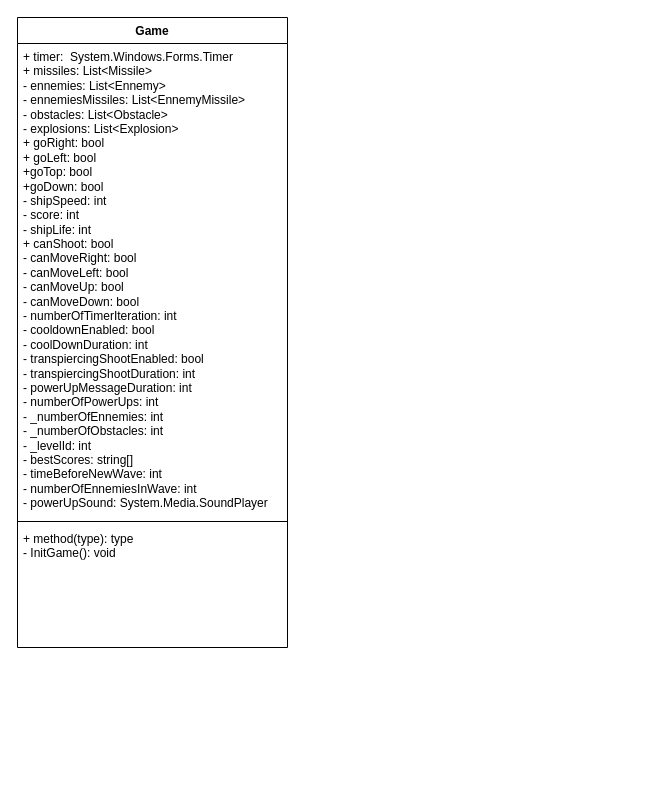
Before: POO/UML-shootmeupdrawio.drawio in po77qxd/bastien-shoot-me-up, a draw.io diagram. Source tidied: cells renumbered, new cells numbered last; positions are measured from the earlier drawing's top-left corner, leaving out a move shared by most shapes. Both pictures are drawn from the tidied source at 100%, with x=0, y=0 at pixel (17, 17).
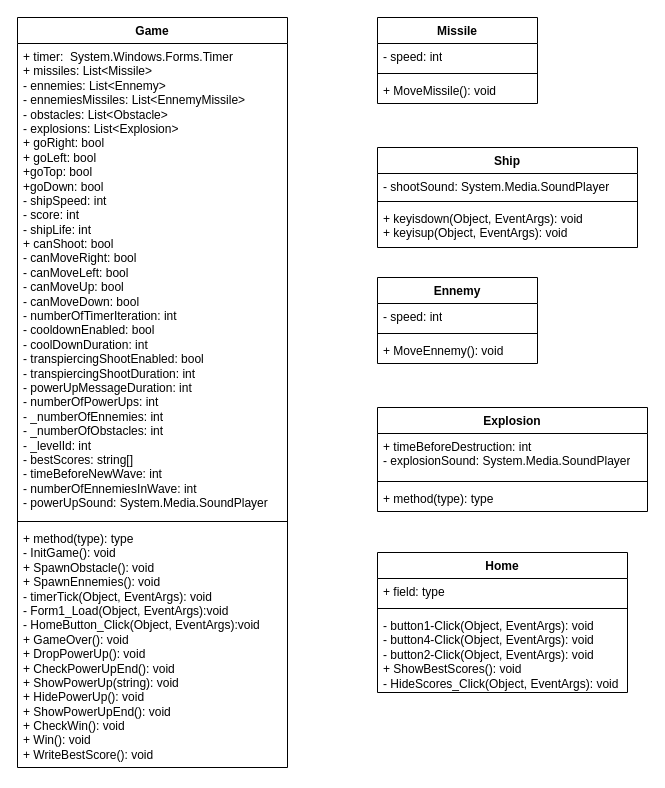
The same page after the edit.

Diff of the diagram source:
```diff
@@
-    <mxCell id="2" value="Game" style="swimlane;fontStyle=1;align=center;verticalAlign=top;horizontal=1;startSize=26;whiteSpace=wrap;html=1;" parent="1" vertex="1">
-      <mxGeometry width="270" height="630" as="geometry" />
+    <mxCell id="2" value="Game" style="swimlane;fontStyle=1;align=center;verticalAlign=top;horizontal=1;startSize=26;whiteSpace=wrap;html=1;rounded=0;" parent="1" vertex="1">
+      <mxGeometry width="270" height="750" as="geometry" />
     </mxCell>
-    <mxCell id="3" value="+ timer:&amp;nbsp;&amp;nbsp;System.Windows.Forms.Timer&lt;div&gt;+ missiles: List&amp;lt;Missile&amp;gt;&lt;/div&gt;&lt;div&gt;- ennemies: List&amp;lt;Ennemy&amp;gt;&lt;/div&gt;&lt;div&gt;- ennemiesMissiles: List&amp;lt;EnnemyMissile&amp;gt;&lt;/div&gt;&lt;div&gt;- obstacles: List&amp;lt;Obstacle&amp;gt;&lt;/div&gt;&lt;div&gt;- explosions: List&amp;lt;Explosion&amp;gt;&lt;/div&gt;&lt;div&gt;+ goRight: bool&lt;/div&gt;&lt;div&gt;+ goLeft: bool&lt;/div&gt;&lt;div&gt;+goTop: bool&lt;/div&gt;&lt;div&gt;+goDown: bool&lt;/div&gt;&lt;div&gt;- shipSpeed: int&lt;/div&gt;&lt;div&gt;- score: int&lt;/div&gt;&lt;div&gt;- shipLife: int&lt;/div&gt;&lt;div&gt;+ canShoot: bool&lt;/div&gt;&lt;div&gt;- canMoveRight: bool&lt;/div&gt;&lt;div&gt;- canMoveLeft: bool&lt;/div&gt;&lt;div&gt;- canMoveUp: bool&lt;/div&gt;&lt;div&gt;- canMoveDown: bool&lt;/div&gt;&lt;div&gt;- numberOfTimerIteration: int&lt;/div&gt;&lt;div&gt;- cooldownEnabled: bool&lt;/div&gt;&lt;div&gt;- coolDownDuration: int&lt;/div&gt;&lt;div&gt;- transpiercingShootEnabled: bool&lt;/div&gt;&lt;div&gt;- transpiercingShootDuration: int&lt;/div&gt;&lt;div&gt;- powerUpMessageDuration: int&lt;/div&gt;&lt;div&gt;- numberOfPowerUps: int&lt;/div&gt;&lt;div&gt;- _numberOfEnnemies: int&lt;/div&gt;&lt;div&gt;- _numberOfObstacles: int&lt;/div&gt;&lt;div&gt;- _levelId: int&lt;/div&gt;&lt;div&gt;- bestScores: string[]&lt;/div&gt;&lt;div&gt;- timeBeforeNewWave: int&lt;/div&gt;&lt;div&gt;- numberOfEnnemiesInWave: int&lt;/div&gt;&lt;div&gt;- powerUpSound:&amp;nbsp;System.Media.SoundPlayer&lt;/div&gt;" style="text;strokeColor=none;fillColor=none;align=left;verticalAlign=top;spacingLeft=4;spacingRight=4;overflow=hidden;whiteSpace=wrap;html=1;" parent="2" vertex="1">
+    <mxCell id="3" value="+ timer:&amp;nbsp;&amp;nbsp;System.Windows.Forms.Timer&lt;div&gt;+ missiles: List&amp;lt;Missile&amp;gt;&lt;/div&gt;&lt;div&gt;- ennemies: List&amp;lt;Ennemy&amp;gt;&lt;/div&gt;&lt;div&gt;- ennemiesMissiles: List&amp;lt;EnnemyMissile&amp;gt;&lt;/div&gt;&lt;div&gt;- obstacles: List&amp;lt;Obstacle&amp;gt;&lt;/div&gt;&lt;div&gt;- explosions: List&amp;lt;Explosion&amp;gt;&lt;/div&gt;&lt;div&gt;+ goRight: bool&lt;/div&gt;&lt;div&gt;+ goLeft: bool&lt;/div&gt;&lt;div&gt;+goTop: bool&lt;/div&gt;&lt;div&gt;+goDown: bool&lt;/div&gt;&lt;div&gt;- shipSpeed: int&lt;/div&gt;&lt;div&gt;- score: int&lt;/div&gt;&lt;div&gt;- shipLife: int&lt;/div&gt;&lt;div&gt;+ canShoot: bool&lt;/div&gt;&lt;div&gt;- canMoveRight: bool&lt;/div&gt;&lt;div&gt;- canMoveLeft: bool&lt;/div&gt;&lt;div&gt;- canMoveUp: bool&lt;/div&gt;&lt;div&gt;- canMoveDown: bool&lt;/div&gt;&lt;div&gt;- numberOfTimerIteration: int&lt;/div&gt;&lt;div&gt;- cooldownEnabled: bool&lt;/div&gt;&lt;div&gt;- coolDownDuration: int&lt;/div&gt;&lt;div&gt;- transpiercingShootEnabled: bool&lt;/div&gt;&lt;div&gt;- transpiercingShootDuration: int&lt;/div&gt;&lt;div&gt;- powerUpMessageDuration: int&lt;/div&gt;&lt;div&gt;- numberOfPowerUps: int&lt;/div&gt;&lt;div&gt;- _numberOfEnnemies: int&lt;/div&gt;&lt;div&gt;- _numberOfObstacles: int&lt;/div&gt;&lt;div&gt;- _levelId: int&lt;/div&gt;&lt;div&gt;- bestScores: string[]&lt;/div&gt;&lt;div&gt;- timeBeforeNewWave: int&lt;/div&gt;&lt;div&gt;- numberOfEnnemiesInWave: int&lt;/div&gt;&lt;div&gt;- powerUpSound:&amp;nbsp;System.Media.SoundPlayer&lt;/div&gt;" style="text;strokeColor=none;fillColor=none;align=left;verticalAlign=top;spacingLeft=4;spacingRight=4;overflow=hidden;whiteSpace=wrap;html=1;rounded=0;" parent="2" vertex="1">
       <mxGeometry y="26" width="270" height="474" as="geometry" />
     </mxCell>
-    <mxCell id="4" style="line;strokeWidth=1;fillColor=none;align=left;verticalAlign=middle;spacingTop=-1;spacingLeft=3;spacingRight=3;labelPosition=right;strokeColor=inherit;" parent="2" vertex="1">
+    <mxCell id="4" style="line;strokeWidth=1;fillColor=none;align=left;verticalAlign=middle;spacingTop=-1;spacingLeft=3;spacingRight=3;labelPosition=right;strokeColor=inherit;rounded=0;" parent="2" vertex="1">
       <mxGeometry y="500" width="270" height="8" as="geometry" />
     </mxCell>
-    <mxCell id="5" value="+ method(type): type&lt;div&gt;- InitGame(): void&lt;/div&gt;" style="text;strokeColor=none;fillColor=none;align=left;verticalAlign=top;spacingLeft=4;spacingRight=4;overflow=hidden;whiteSpace=wrap;html=1;" parent="2" vertex="1">
-      <mxGeometry y="508" width="270" height="122" as="geometry" />
+    <mxCell id="5" value="+ method(type): type&lt;div&gt;- InitGame(): void&lt;/div&gt;&lt;div&gt;+ SpawnObstacle(): void&lt;/div&gt;&lt;div&gt;+ SpawnEnnemies(): void&lt;/div&gt;&lt;div&gt;- timerTick(Object, EventArgs): void&lt;/div&gt;&lt;div&gt;- Form1_Load&lt;span style=&quot;background-color: initial;&quot;&gt;(Object, EventArgs):void&lt;/span&gt;&lt;/div&gt;&lt;div&gt;- HomeButton_Click&lt;span style=&quot;background-color: initial;&quot;&gt;(Object, EventArgs):void&lt;/span&gt;&lt;/div&gt;&lt;div&gt;&lt;span style=&quot;background-color: initial;&quot;&gt;+ GameOver(): void&lt;/span&gt;&lt;/div&gt;&lt;div&gt;&lt;span style=&quot;background-color: initial;&quot;&gt;+ DropPowerUp(): void&lt;/span&gt;&lt;/div&gt;&lt;div&gt;&lt;span style=&quot;background-color: initial;&quot;&gt;+ CheckPowerUpEnd(): void&lt;/span&gt;&lt;/div&gt;&lt;div&gt;&lt;span style=&quot;background-color: initial;&quot;&gt;+ ShowPowerUp(string): void&lt;/span&gt;&lt;/div&gt;&lt;div&gt;&lt;span style=&quot;background-color: initial;&quot;&gt;+ HidePowerUp(): void&lt;/span&gt;&lt;/div&gt;&lt;div&gt;&lt;span style=&quot;background-color: initial;&quot;&gt;+ ShowPowerUpEnd(): void&lt;/span&gt;&lt;/div&gt;&lt;div&gt;&lt;span style=&quot;background-color: initial;&quot;&gt;+ CheckWin(): void&lt;/span&gt;&lt;/div&gt;&lt;div&gt;&lt;span style=&quot;background-color: initial;&quot;&gt;+ Win(): void&lt;/span&gt;&lt;/div&gt;&lt;div&gt;&lt;span style=&quot;background-color: initial;&quot;&gt;+ WriteBestScore(): void&lt;/span&gt;&lt;/div&gt;" style="text;strokeColor=none;fillColor=none;align=left;verticalAlign=top;spacingLeft=4;spacingRight=4;overflow=hidden;whiteSpace=wrap;html=1;rounded=0;" parent="2" vertex="1">
+      <mxGeometry y="508" width="270" height="242" as="geometry" />
     </mxCell>
+    <mxCell id="6" value="Missile" style="swimlane;fontStyle=1;align=center;verticalAlign=top;horizontal=1;startSize=26;whiteSpace=wrap;html=1;rounded=0;" parent="1" vertex="1">
+      <mxGeometry x="360" width="160" height="86" as="geometry" />
+    </mxCell>
+    <mxCell id="7" value="- speed: int" style="text;strokeColor=none;fillColor=none;align=left;verticalAlign=top;spacingLeft=4;spacingRight=4;overflow=hidden;whiteSpace=wrap;html=1;rounded=0;" parent="6" vertex="1">
+      <mxGeometry y="26" width="160" height="26" as="geometry" />
+    </mxCell>
+    <mxCell id="8" style="line;strokeWidth=1;fillColor=none;align=left;verticalAlign=middle;spacingTop=-1;spacingLeft=3;spacingRight=3;labelPosition=right;strokeColor=inherit;rounded=0;" parent="6" vertex="1">
+      <mxGeometry y="52" width="160" height="8" as="geometry" />
+    </mxCell>
+    <mxCell id="9" value="+ MoveMissile(): void" style="text;strokeColor=none;fillColor=none;align=left;verticalAlign=top;spacingLeft=4;spacingRight=4;overflow=hidden;whiteSpace=wrap;html=1;rounded=0;" parent="6" vertex="1">
+      <mxGeometry y="60" width="160" height="26" as="geometry" />
+    </mxCell>
+    <mxCell id="10" value="Ship" style="swimlane;fontStyle=1;align=center;verticalAlign=top;horizontal=1;startSize=26;whiteSpace=wrap;html=1;rounded=0;" parent="1" vertex="1">
+      <mxGeometry x="360" y="130" width="260" height="100" as="geometry" />
+    </mxCell>
+    <mxCell id="11" value="- shootSound:&amp;nbsp;System.Media.SoundPlayer" style="text;strokeColor=none;fillColor=none;align=left;verticalAlign=top;spacingLeft=4;spacingRight=4;overflow=hidden;whiteSpace=wrap;html=1;rounded=0;" parent="10" vertex="1">
+      <mxGeometry y="26" width="260" height="24" as="geometry" />
+    </mxCell>
+    <mxCell id="12" style="line;strokeWidth=1;fillColor=none;align=left;verticalAlign=middle;spacingTop=-1;spacingLeft=3;spacingRight=3;labelPosition=right;strokeColor=inherit;rounded=0;" parent="10" vertex="1">
+      <mxGeometry y="50" width="260" height="8" as="geometry" />
+    </mxCell>
+    <mxCell id="13" value="+ keyisdown(Object, EventArgs): void&lt;div&gt;+ keyisup(&lt;span style=&quot;background-color: initial;&quot;&gt;Object, EventArgs&lt;/span&gt;&lt;span style=&quot;background-color: initial;&quot;&gt;): void&lt;/span&gt;&lt;/div&gt;&lt;div&gt;&lt;br&gt;&lt;/div&gt;" style="text;strokeColor=none;fillColor=none;align=left;verticalAlign=top;spacingLeft=4;spacingRight=4;overflow=hidden;whiteSpace=wrap;html=1;rounded=0;" parent="10" vertex="1">
+      <mxGeometry y="58" width="260" height="42" as="geometry" />
+    </mxCell>
+    <mxCell id="14" value="Ennemy" style="swimlane;fontStyle=1;align=center;verticalAlign=top;horizontal=1;startSize=26;whiteSpace=wrap;html=1;rounded=0;" parent="1" vertex="1">
+      <mxGeometry x="360" y="260" width="160" height="86" as="geometry" />
+    </mxCell>
+    <mxCell id="15" value="- speed: int" style="text;strokeColor=none;fillColor=none;align=left;verticalAlign=top;spacingLeft=4;spacingRight=4;overflow=hidden;whiteSpace=wrap;html=1;rounded=0;" parent="14" vertex="1">
+      <mxGeometry y="26" width="160" height="26" as="geometry" />
+    </mxCell>
+    <mxCell id="16" style="line;strokeWidth=1;fillColor=none;align=left;verticalAlign=middle;spacingTop=-1;spacingLeft=3;spacingRight=3;labelPosition=right;strokeColor=inherit;rounded=0;" parent="14" vertex="1">
+      <mxGeometry y="52" width="160" height="8" as="geometry" />
+    </mxCell>
+    <mxCell id="17" value="+ MoveEnnemy(): void" style="text;strokeColor=none;fillColor=none;align=left;verticalAlign=top;spacingLeft=4;spacingRight=4;overflow=hidden;whiteSpace=wrap;html=1;rounded=0;" parent="14" vertex="1">
+      <mxGeometry y="60" width="160" height="26" as="geometry" />
+    </mxCell>
+    <mxCell id="18" value="Explosion" style="swimlane;fontStyle=1;align=center;verticalAlign=top;horizontal=1;startSize=26;whiteSpace=wrap;html=1;rounded=0;" parent="1" vertex="1">
+      <mxGeometry x="360" y="390" width="270" height="104" as="geometry" />
+    </mxCell>
+    <mxCell id="19" value="+ timeBeforeDestruction: int&lt;div&gt;- explosionSound:&amp;nbsp;System.Media.SoundPlayer&lt;/div&gt;" style="text;strokeColor=none;fillColor=none;align=left;verticalAlign=top;spacingLeft=4;spacingRight=4;overflow=hidden;whiteSpace=wrap;html=1;rounded=0;" parent="18" vertex="1">
+      <mxGeometry y="26" width="270" height="44" as="geometry" />
+    </mxCell>
+    <mxCell id="20" style="line;strokeWidth=1;fillColor=none;align=left;verticalAlign=middle;spacingTop=-1;spacingLeft=3;spacingRight=3;labelPosition=right;strokeColor=inherit;rounded=0;" parent="18" vertex="1">
+      <mxGeometry y="70" width="270" height="8" as="geometry" />
+    </mxCell>
+    <mxCell id="21" value="+ method(type): type" style="text;strokeColor=none;fillColor=none;align=left;verticalAlign=top;spacingLeft=4;spacingRight=4;overflow=hidden;whiteSpace=wrap;html=1;rounded=0;" parent="18" vertex="1">
+      <mxGeometry y="78" width="270" height="26" as="geometry" />
+    </mxCell>
+    <mxCell id="22" value="Home" style="swimlane;fontStyle=1;align=center;verticalAlign=top;horizontal=1;startSize=26;whiteSpace=wrap;html=1;rounded=0;" parent="1" vertex="1">
+      <mxGeometry x="360" y="535" width="250" height="140" as="geometry" />
+    </mxCell>
+    <mxCell id="23" value="+ field: type" style="text;strokeColor=none;fillColor=none;align=left;verticalAlign=top;spacingLeft=4;spacingRight=4;overflow=hidden;whiteSpace=wrap;html=1;rounded=0;" parent="22" vertex="1">
+      <mxGeometry y="26" width="250" height="26" as="geometry" />
+    </mxCell>
+    <mxCell id="24" style="line;strokeWidth=1;fillColor=none;align=left;verticalAlign=middle;spacingTop=-1;spacingLeft=3;spacingRight=3;labelPosition=right;strokeColor=inherit;rounded=0;" parent="22" vertex="1">
+      <mxGeometry y="52" width="250" height="8" as="geometry" />
+    </mxCell>
+    <mxCell id="25" value="- button1-Click(Object, EventArgs): void&lt;div&gt;- button4-Click(Object, EventArgs): void&lt;/div&gt;&lt;div&gt;- button2-Click(Object, EventArgs): void&lt;/div&gt;&lt;div&gt;+ ShowBestScores(): void&lt;/div&gt;&lt;div&gt;- HideScores_Click(&lt;span style=&quot;background-color: initial;&quot;&gt;Object, EventArgs&lt;/span&gt;&lt;span style=&quot;background-color: initial;&quot;&gt;): void&lt;/span&gt;&lt;/div&gt;" style="text;strokeColor=none;fillColor=none;align=left;verticalAlign=top;spacingLeft=4;spacingRight=4;overflow=hidden;whiteSpace=wrap;html=1;rounded=0;" parent="22" vertex="1">
+      <mxGeometry y="60" width="250" height="80" as="geometry" />
+    </mxCell>
```
